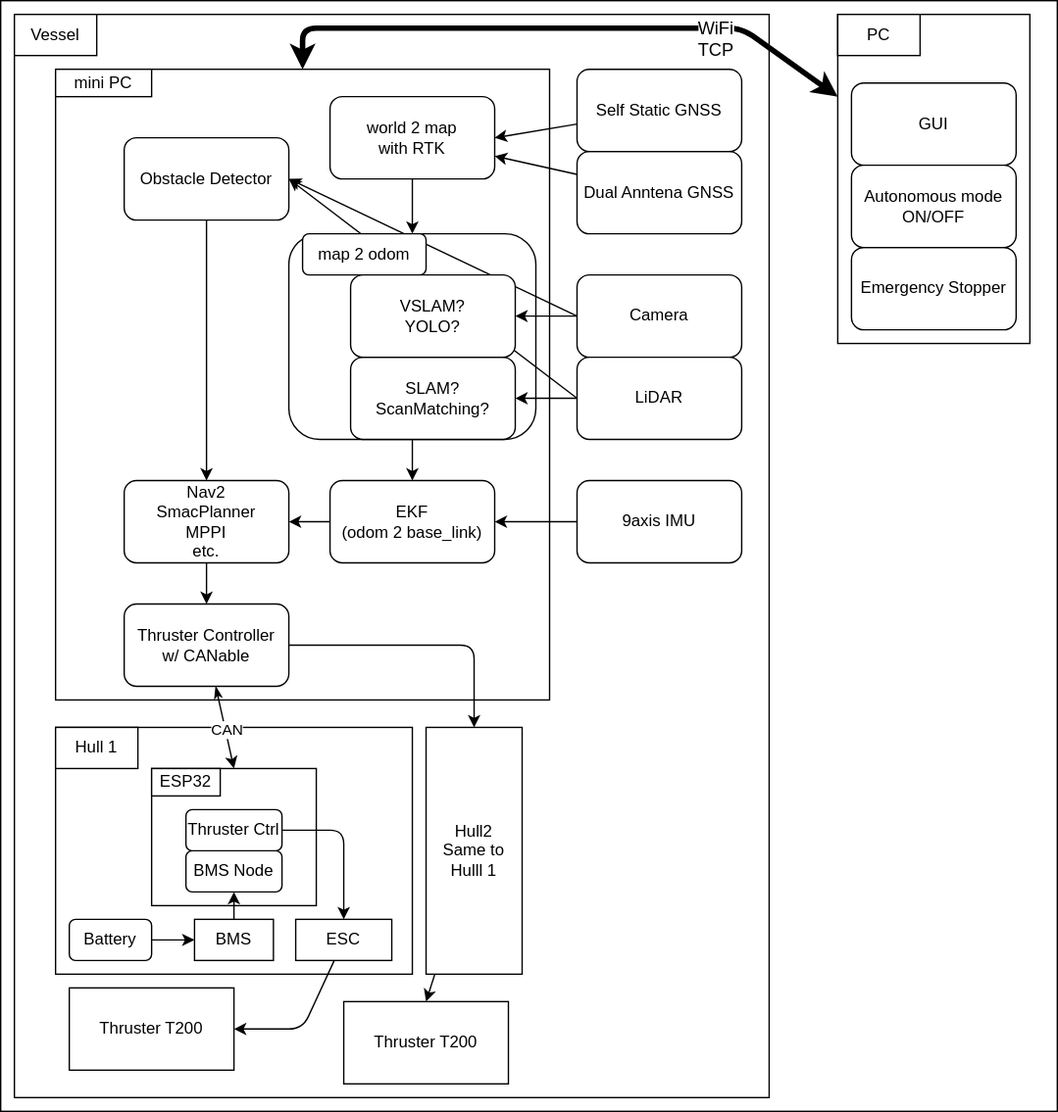
oswystk15662/njord2026_ws keeps this draw.io diagram as ctrl_architecture.svg. Above is the earlier version. Source tidied: cells renumbered, new cells last; positions are measured from the earlier drawing's top-left corner, leaving out a move shared by most shapes.
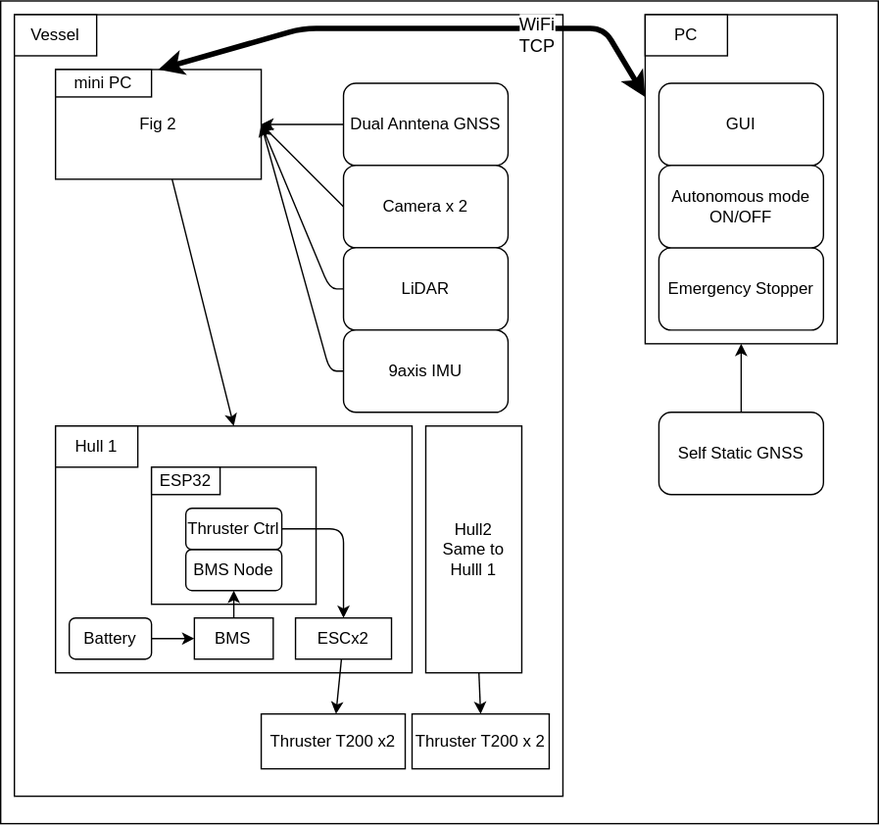
The same diagram one commit later.

Change to the diagram source:
```diff
@@ -3,167 +3,116 @@
     <mxCell id="0" />
     <mxCell id="1" parent="0" />
     <mxCell id="2" style="rounded=0;whiteSpace=wrap;html=1;" parent="1" vertex="1">
-      <mxGeometry width="770" height="810" as="geometry" />
+      <mxGeometry width="640" height="600" as="geometry" />
     </mxCell>
     <mxCell id="3" style="rounded=0;whiteSpace=wrap;html=1;" parent="1" vertex="1">
-      <mxGeometry x="10" y="10" width="550" height="790" as="geometry" />
+      <mxGeometry x="10" y="10" width="400" height="570" as="geometry" />
     </mxCell>
     <mxCell id="4" style="rounded=0;whiteSpace=wrap;html=1;" parent="1" vertex="1">
-      <mxGeometry x="40" y="530" width="260" height="180" as="geometry" />
+      <mxGeometry x="40" y="310" width="260" height="180" as="geometry" />
     </mxCell>
+    <mxCell id="60" style="edgeStyle=none;html=1;entryX=0.5;entryY=0;entryDx=0;entryDy=0;" parent="1" edge="1" source="5" target="4">
+      <mxGeometry relative="1" as="geometry" />
+    </mxCell>
-    <mxCell id="5" style="rounded=0;whiteSpace=wrap;html=1;" parent="1" vertex="1">
-      <mxGeometry x="40" y="50" width="360" height="460" as="geometry" />
+    <mxCell id="5" value="Fig 2" style="rounded=0;whiteSpace=wrap;html=1;" parent="1" vertex="1">
+      <mxGeometry x="40" y="50" width="150" height="80" as="geometry" />
     </mxCell>
-    <mxCell id="6" style="edgeStyle=none;html=1;" parent="1" edge="1" source="7" target="24">
-      <mxGeometry relative="1" as="geometry" />
-    </mxCell>
-    <mxCell id="7" style="rounded=1;whiteSpace=wrap;html=1;" parent="1" vertex="1">
-      <mxGeometry x="210" y="170" width="180" height="150" as="geometry" />
-    </mxCell>
     <mxCell id="8" value="mini PC" style="rounded=0;whiteSpace=wrap;html=1;" parent="1" vertex="1">
       <mxGeometry x="40" y="50" width="70" height="20" as="geometry" />
     </mxCell>
-    <mxCell id="9" style="edgeStyle=none;html=1;" parent="1" edge="1" source="10" target="12">
+    <mxCell id="9" style="edgeStyle=none;html=1;entryX=1;entryY=0.5;entryDx=0;entryDy=0;" parent="1" edge="1" source="10" target="5">
       <mxGeometry relative="1" as="geometry" />
     </mxCell>
     <mxCell id="10" value="Dual Anntena GNSS" style="rounded=1;whiteSpace=wrap;html=1;" parent="1" vertex="1">
-      <mxGeometry x="420" y="110" width="120" height="60" as="geometry" />
+      <mxGeometry x="250" y="60" width="120" height="60" as="geometry" />
     </mxCell>
-    <mxCell id="11" style="edgeStyle=none;html=1;" parent="1" edge="1" source="12" target="7">
-      <mxGeometry relative="1" as="geometry" />
-    </mxCell>
-    <mxCell id="12" value="world 2 map&lt;div&gt;with RTK&lt;/div&gt;" style="rounded=1;whiteSpace=wrap;html=1;" parent="1" vertex="1">
-      <mxGeometry x="240" y="70" width="120" height="60" as="geometry" />
-    </mxCell>
-    <mxCell id="13" style="edgeStyle=none;html=1;entryX=1;entryY=0.5;entryDx=0;entryDy=0;" parent="1" edge="1" source="14" target="12">
-      <mxGeometry relative="1" as="geometry" />
-    </mxCell>
+    <mxCell id="61" style="edgeStyle=none;html=1;entryX=0.5;entryY=1;entryDx=0;entryDy=0;" parent="1" edge="1" source="14" target="54">
+      <mxGeometry relative="1" as="geometry" />
+    </mxCell>
     <mxCell id="14" value="Self Static GNSS" style="rounded=1;whiteSpace=wrap;html=1;" parent="1" vertex="1">
-      <mxGeometry x="420" y="50" width="120" height="60" as="geometry" />
+      <mxGeometry x="480" y="300" width="120" height="60" as="geometry" />
     </mxCell>
-    <mxCell id="15" style="edgeStyle=none;html=1;entryX=1;entryY=0.5;entryDx=0;entryDy=0;" parent="1" edge="1" source="18" target="58">
-      <mxGeometry relative="1" as="geometry" />
-    </mxCell>
-    <mxCell id="16" style="edgeStyle=none;html=1;entryX=1;entryY=0.5;entryDx=0;entryDy=0;exitX=0;exitY=0.5;exitDx=0;exitDy=0;" parent="1" edge="1" source="18" target="28">
-      <mxGeometry relative="1" as="geometry" />
-    </mxCell>
-    <mxCell id="17" style="edgeStyle=none;html=1;entryX=1;entryY=0.5;entryDx=0;entryDy=0;exitX=0;exitY=0.5;exitDx=0;exitDy=0;" parent="1" edge="1" source="20" target="28">
-      <mxGeometry relative="1" as="geometry" />
-    </mxCell>
+    <mxCell id="62" style="edgeStyle=none;html=1;entryX=1;entryY=0.5;entryDx=0;entryDy=0;" parent="1" edge="1" source="18" target="5">
+      <mxGeometry relative="1" as="geometry">
+        <Array as="points">
+          <mxPoint x="250" y="150" />
+        </Array>
+      </mxGeometry>
+    </mxCell>
-    <mxCell id="18" value="Camera" style="rounded=1;whiteSpace=wrap;html=1;" parent="1" vertex="1">
-      <mxGeometry x="420" y="200" width="120" height="60" as="geometry" />
+    <mxCell id="18" value="Camera x 2" style="rounded=1;whiteSpace=wrap;html=1;" parent="1" vertex="1">
+      <mxGeometry x="250" y="120" width="120" height="60" as="geometry" />
     </mxCell>
-    <mxCell id="19" style="edgeStyle=none;html=1;" parent="1" edge="1" source="20" target="21">
-      <mxGeometry relative="1" as="geometry" />
+    <mxCell id="19" style="edgeStyle=none;html=1;entryX=1;entryY=0.5;entryDx=0;entryDy=0;" parent="1" edge="1" source="20" target="5">
+      <mxGeometry relative="1" as="geometry">
+        <Array as="points">
+          <mxPoint x="240" y="210" />
+        </Array>
+      </mxGeometry>
     </mxCell>
     <mxCell id="20" value="LiDAR" style="rounded=1;whiteSpace=wrap;html=1;" parent="1" vertex="1">
-      <mxGeometry x="420" y="260" width="120" height="60" as="geometry" />
+      <mxGeometry x="250" y="180" width="120" height="60" as="geometry" />
     </mxCell>
-    <mxCell id="21" value="SLAM?&lt;br&gt;ScanMatching?" style="rounded=1;whiteSpace=wrap;html=1;" parent="1" vertex="1">
-      <mxGeometry x="255" y="260" width="120" height="60" as="geometry" />
-    </mxCell>
-    <mxCell id="22" value="map 2 odom" style="rounded=1;whiteSpace=wrap;html=1;" parent="1" vertex="1">
-      <mxGeometry x="220" y="170" width="90" height="30" as="geometry" />
-    </mxCell>
-    <mxCell id="23" style="edgeStyle=none;html=1;entryX=1;entryY=0.5;entryDx=0;entryDy=0;" parent="1" edge="1" source="24" target="30">
-      <mxGeometry relative="1" as="geometry" />
-    </mxCell>
-    <mxCell id="24" value="EKF&lt;div&gt;(odom 2 base_link)&lt;/div&gt;" style="rounded=1;whiteSpace=wrap;html=1;" parent="1" vertex="1">
-      <mxGeometry x="240" y="350" width="120" height="60" as="geometry" />
-    </mxCell>
-    <mxCell id="25" style="edgeStyle=none;html=1;" parent="1" edge="1" source="26" target="24">
-      <mxGeometry relative="1" as="geometry" />
+    <mxCell id="25" style="edgeStyle=none;html=1;entryX=1;entryY=0.5;entryDx=0;entryDy=0;" parent="1" edge="1" source="26" target="5">
+      <mxGeometry relative="1" as="geometry">
+        <Array as="points">
+          <mxPoint x="240" y="270" />
+        </Array>
+      </mxGeometry>
     </mxCell>
     <mxCell id="26" value="9axis IMU" style="rounded=1;whiteSpace=wrap;html=1;" parent="1" vertex="1">
-      <mxGeometry x="420" y="350" width="120" height="60" as="geometry" />
+      <mxGeometry x="250" y="240" width="120" height="60" as="geometry" />
     </mxCell>
-    <mxCell id="27" style="edgeStyle=none;html=1;entryX=0.5;entryY=0;entryDx=0;entryDy=0;" parent="1" edge="1" source="28" target="30">
-      <mxGeometry relative="1" as="geometry">
-        <Array as="points">
-          <mxPoint x="150" y="110" />
-        </Array>
-      </mxGeometry>
-    </mxCell>
-    <mxCell id="28" value="Obstacle Detector" style="rounded=1;whiteSpace=wrap;html=1;" parent="1" vertex="1">
-      <mxGeometry x="90" y="100" width="120" height="60" as="geometry" />
-    </mxCell>
-    <mxCell id="29" style="edgeStyle=none;html=1;" parent="1" edge="1" source="30" target="34">
-      <mxGeometry relative="1" as="geometry" />
-    </mxCell>
-    <mxCell id="30" value="Nav2&lt;div&gt;SmacPlanner&lt;/div&gt;&lt;div&gt;MPPI&lt;/div&gt;&lt;div&gt;etc.&lt;/div&gt;" style="rounded=1;whiteSpace=wrap;html=1;align=center;" parent="1" vertex="1">
-      <mxGeometry x="90" y="350" width="120" height="60" as="geometry" />
-    </mxCell>
-    <mxCell id="31" style="edgeStyle=none;html=1;entryX=0.5;entryY=0;entryDx=0;entryDy=0;startArrow=classicThin;startFill=1;" parent="1" edge="1" source="34" target="38">
-      <mxGeometry relative="1" as="geometry" />
-    </mxCell>
-    <mxCell id="32" value="CAN" style="edgeLabel;html=1;align=center;verticalAlign=middle;" parent="31" vertex="1">
-      <mxGeometry x="0.08" y="1" relative="1" as="geometry" />
-    </mxCell>
-    <mxCell id="33" style="edgeStyle=none;html=1;entryX=0.5;entryY=0;entryDx=0;entryDy=0;" parent="1" edge="1" source="34" target="49">
-      <mxGeometry relative="1" as="geometry">
-        <Array as="points">
-          <mxPoint x="345" y="470" />
-        </Array>
-      </mxGeometry>
-    </mxCell>
-    <mxCell id="34" value="Thruster Controller&lt;div&gt;w/ CANable&lt;/div&gt;" style="rounded=1;whiteSpace=wrap;html=1;" parent="1" vertex="1">
-      <mxGeometry x="90" y="440" width="120" height="60" as="geometry" />
-    </mxCell>
     <mxCell id="35" value="Hull 1" style="rounded=0;whiteSpace=wrap;html=1;" parent="1" vertex="1">
-      <mxGeometry x="40" y="530" width="60" height="30" as="geometry" />
+      <mxGeometry x="40" y="310" width="60" height="30" as="geometry" />
     </mxCell>
     <mxCell id="36" style="edgeStyle=none;html=1;" parent="1" edge="1" source="37" target="41">
       <mxGeometry relative="1" as="geometry" />
     </mxCell>
     <mxCell id="37" value="Battery" style="rounded=1;whiteSpace=wrap;html=1;" parent="1" vertex="1">
-      <mxGeometry x="50" y="670" width="60" height="30" as="geometry" />
+      <mxGeometry x="50" y="450" width="60" height="30" as="geometry" />
     </mxCell>
     <mxCell id="38" style="rounded=0;whiteSpace=wrap;html=1;" parent="1" vertex="1">
-      <mxGeometry x="110" y="560" width="120" height="100" as="geometry" />
+      <mxGeometry x="110" y="340" width="120" height="100" as="geometry" />
     </mxCell>
     <mxCell id="39" value="ESP32" style="rounded=0;whiteSpace=wrap;html=1;" parent="1" vertex="1">
-      <mxGeometry x="110" y="560" width="50" height="20" as="geometry" />
+      <mxGeometry x="110" y="340" width="50" height="20" as="geometry" />
     </mxCell>
     <mxCell id="40" style="edgeStyle=none;html=1;" parent="1" edge="1" source="41" target="42">
       <mxGeometry relative="1" as="geometry" />
     </mxCell>
     <mxCell id="41" value="BMS" style="rounded=0;whiteSpace=wrap;html=1;" parent="1" vertex="1">
-      <mxGeometry x="141.2" y="670" width="57.5" height="30" as="geometry" />
+      <mxGeometry x="141.2" y="450" width="57.5" height="30" as="geometry" />
     </mxCell>
     <mxCell id="42" value="BMS Node" style="rounded=1;whiteSpace=wrap;html=1;" parent="1" vertex="1">
-      <mxGeometry x="135" y="620" width="70" height="30" as="geometry" />
+      <mxGeometry x="135" y="400" width="70" height="30" as="geometry" />
     </mxCell>
     <mxCell id="43" style="edgeStyle=none;html=1;entryX=0.5;entryY=0;entryDx=0;entryDy=0;" parent="1" edge="1" source="44" target="46">
       <mxGeometry relative="1" as="geometry">
         <Array as="points">
-          <mxPoint x="250" y="605" />
+          <mxPoint x="250" y="385" />
         </Array>
       </mxGeometry>
     </mxCell>
     <mxCell id="44" value="Thruster Ctrl" style="rounded=1;whiteSpace=wrap;html=1;" parent="1" vertex="1">
-      <mxGeometry x="135" y="590" width="70" height="30" as="geometry" />
+      <mxGeometry x="135" y="370" width="70" height="30" as="geometry" />
     </mxCell>
-    <mxCell id="45" style="edgeStyle=none;html=1;entryX=1;entryY=0.5;entryDx=0;entryDy=0;" parent="1" edge="1" source="46" target="47">
-      <mxGeometry relative="1" as="geometry">
-        <Array as="points">
-          <mxPoint x="220" y="750" />
-        </Array>
-      </mxGeometry>
+    <mxCell id="45" style="edgeStyle=none;html=1;" parent="1" edge="1" source="46" target="47">
+      <mxGeometry relative="1" as="geometry" />
     </mxCell>
-    <mxCell id="46" value="ESC" style="rounded=0;whiteSpace=wrap;html=1;" parent="1" vertex="1">
-      <mxGeometry x="215" y="670" width="70" height="30" as="geometry" />
+    <mxCell id="46" value="ESCx2" style="rounded=0;whiteSpace=wrap;html=1;" parent="1" vertex="1">
+      <mxGeometry x="215" y="450" width="70" height="30" as="geometry" />
     </mxCell>
-    <mxCell id="47" value="Thruster T200" style="rounded=0;whiteSpace=wrap;html=1;" parent="1" vertex="1">
-      <mxGeometry x="50" y="720" width="120" height="60" as="geometry" />
+    <mxCell id="47" value="Thruster T200 x2" style="rounded=0;whiteSpace=wrap;html=1;" parent="1" vertex="1">
+      <mxGeometry x="190" y="520" width="105" height="40" as="geometry" />
     </mxCell>
     <mxCell id="48" style="edgeStyle=none;html=1;entryX=0.5;entryY=0;entryDx=0;entryDy=0;" parent="1" edge="1" source="49" target="50">
       <mxGeometry relative="1" as="geometry" />
     </mxCell>
     <mxCell id="49" value="Hull2&lt;div&gt;Same to&lt;/div&gt;&lt;div&gt;Hulll 1&lt;/div&gt;" style="rounded=0;whiteSpace=wrap;html=1;" parent="1" vertex="1">
-      <mxGeometry x="310" y="530" width="70" height="180" as="geometry" />
+      <mxGeometry x="310" y="310" width="70" height="180" as="geometry" />
     </mxCell>
-    <mxCell id="50" value="Thruster T200" style="rounded=0;whiteSpace=wrap;html=1;" parent="1" vertex="1">
-      <mxGeometry x="250" y="730" width="120" height="60" as="geometry" />
+    <mxCell id="50" value="Thruster T200 x 2" style="rounded=0;whiteSpace=wrap;html=1;" parent="1" vertex="1">
+      <mxGeometry x="300" y="520" width="100" height="40" as="geometry" />
     </mxCell>
     <mxCell id="51" value="Vessel" style="rounded=0;whiteSpace=wrap;html=1;" parent="1" vertex="1">
       <mxGeometry x="10" y="10" width="60" height="30" as="geometry" />
@@ -171,7 +120,7 @@
     <mxCell id="52" style="edgeStyle=none;html=1;entryX=0.5;entryY=0;entryDx=0;entryDy=0;exitX=0;exitY=0.25;exitDx=0;exitDy=0;startArrow=classic;startFill=1;strokeWidth=4;" parent="1" edge="1" source="54" target="5">
       <mxGeometry relative="1" as="geometry">
         <Array as="points">
-          <mxPoint x="540" y="20" />
+          <mxPoint x="440" y="20" />
           <mxPoint x="420" y="20" />
           <mxPoint x="220" y="20" />
         </Array>
@@ -183,22 +132,19 @@
       </mxGeometry>
     </mxCell>
     <mxCell id="54" style="rounded=0;whiteSpace=wrap;html=1;" parent="1" vertex="1">
-      <mxGeometry x="610" y="10" width="140" height="240" as="geometry" />
+      <mxGeometry x="470" y="10" width="140" height="240" as="geometry" />
     </mxCell>
     <mxCell id="55" value="PC" style="rounded=0;whiteSpace=wrap;html=1;" parent="1" vertex="1">
-      <mxGeometry x="610" y="10" width="60" height="30" as="geometry" />
+      <mxGeometry x="470" y="10" width="60" height="30" as="geometry" />
     </mxCell>
     <mxCell id="56" value="GUI" style="rounded=1;whiteSpace=wrap;html=1;" parent="1" vertex="1">
-      <mxGeometry x="620" y="60" width="120" height="60" as="geometry" />
+      <mxGeometry x="480" y="60" width="120" height="60" as="geometry" />
     </mxCell>
     <mxCell id="57" value="Emergency Stopper" style="rounded=1;whiteSpace=wrap;html=1;" parent="1" vertex="1">
-      <mxGeometry x="620" y="180" width="120" height="60" as="geometry" />
+      <mxGeometry x="480" y="180" width="120" height="60" as="geometry" />
     </mxCell>
-    <mxCell id="58" value="VSLAM?&lt;div&gt;YOLO?&lt;/div&gt;" style="rounded=1;whiteSpace=wrap;html=1;" parent="1" vertex="1">
-      <mxGeometry x="255" y="200" width="120" height="60" as="geometry" />
-    </mxCell>
     <mxCell id="59" value="Autonomous&amp;nbsp;mode&lt;div&gt;ON/OFF&lt;/div&gt;" style="rounded=1;whiteSpace=wrap;html=1;" parent="1" vertex="1">
-      <mxGeometry x="620" y="120" width="120" height="60" as="geometry" />
+      <mxGeometry x="480" y="120" width="120" height="60" as="geometry" />
     </mxCell>
   </root>
 </mxGraphModel>
```
